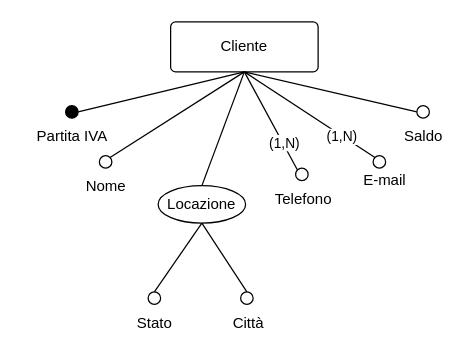
fedeStaffo/Progetto_Basi_di_dati keeps this draw.io diagram as Diagrammi/cliente.drawio. Above is the earlier version. Source tidied: cells renumbered, new cells numbered last; positions are measured from the earlier drawing's top-left corner, leaving out a move shared by most shapes. Both pictures are drawn from the tidied source at 125%, with x=0, y=0 at pixel (21, 21).
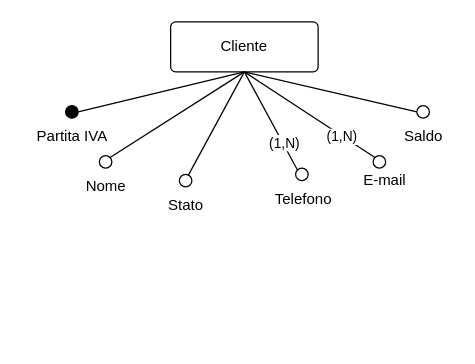
The same diagram, later.

Commit message (it also covers changes not shown here):
eliminato attributo città

Unchanged cells that the change refers to:
```xml
<mxCell id="2" value="Cliente" style="rounded=1;arcSize=10;whiteSpace=wrap;html=1;align=center;" parent="1" vertex="1">
  <mxGeometry x="119" width="118" height="40" as="geometry" />
</mxCell>
```

Change to the diagram source:
```diff
@@
     <mxCell id="6" style="ellipse;whiteSpace=wrap;html=1;" parent="1" vertex="1">
-      <mxGeometry x="101" y="216" width="10" height="10" as="geometry" />
+      <mxGeometry x="126" y="122" width="10" height="10" as="geometry" />
     </mxCell>
@@
-    <mxCell id="10" value="Locazione" style="ellipse;whiteSpace=wrap;html=1;fillColor=#FFFFFF;" parent="1" vertex="1">
-      <mxGeometry x="109" y="131" width="70" height="30" as="geometry" />
-    </mxCell>
     <mxCell id="11" value="Stato" style="text;html=1;align=center;verticalAlign=middle;strokeColor=none;fillColor=none;" parent="1" vertex="1">
-      <mxGeometry x="81" y="226" width="50" height="30" as="geometry" />
+      <mxGeometry x="106" y="132" width="50" height="30" as="geometry" />
     </mxCell>
-    <mxCell id="12" value="Città" style="text;html=1;align=center;verticalAlign=middle;strokeColor=none;fillColor=none;" parent="1" vertex="1">
-      <mxGeometry x="156" y="226" width="50" height="30" as="geometry" />
-    </mxCell>
-    <mxCell id="13" style="ellipse;whiteSpace=wrap;html=1;" parent="1" vertex="1">
-      <mxGeometry x="175" y="216" width="10" height="10" as="geometry" />
-    </mxCell>
-    <mxCell id="14" style="endArrow=none;html=1;rounded=0;exitX=0.5;exitY=0;exitDx=0;exitDy=0;entryX=0.5;entryY=1;entryDx=0;entryDy=0;" parent="1" edge="1" source="6" target="10">
-      <mxGeometry relative="1" as="geometry" />
-    </mxCell>
-    <mxCell id="15" style="endArrow=none;html=1;rounded=0;entryX=0.5;entryY=1;entryDx=0;entryDy=0;exitX=0.5;exitY=0;exitDx=0;exitDy=0;" parent="1" edge="1" source="13" target="10">
-      <mxGeometry relative="1" as="geometry" />
-    </mxCell>
-    <mxCell id="16" style="endArrow=none;html=1;rounded=0;entryX=0.5;entryY=1;entryDx=0;entryDy=0;exitX=0.5;exitY=0;exitDx=0;exitDy=0;" parent="1" edge="1" source="10" target="2">
-      <mxGeometry relative="1" as="geometry" />
+    <mxCell id="16" style="endArrow=none;html=1;rounded=0;entryX=0.5;entryY=1;entryDx=0;entryDy=0;" parent="1" edge="1" target="2">
+      <mxGeometry relative="1" as="geometry">
+        <mxPoint x="133" y="123" as="sourcePoint" />
+      </mxGeometry>
     </mxCell>
```
